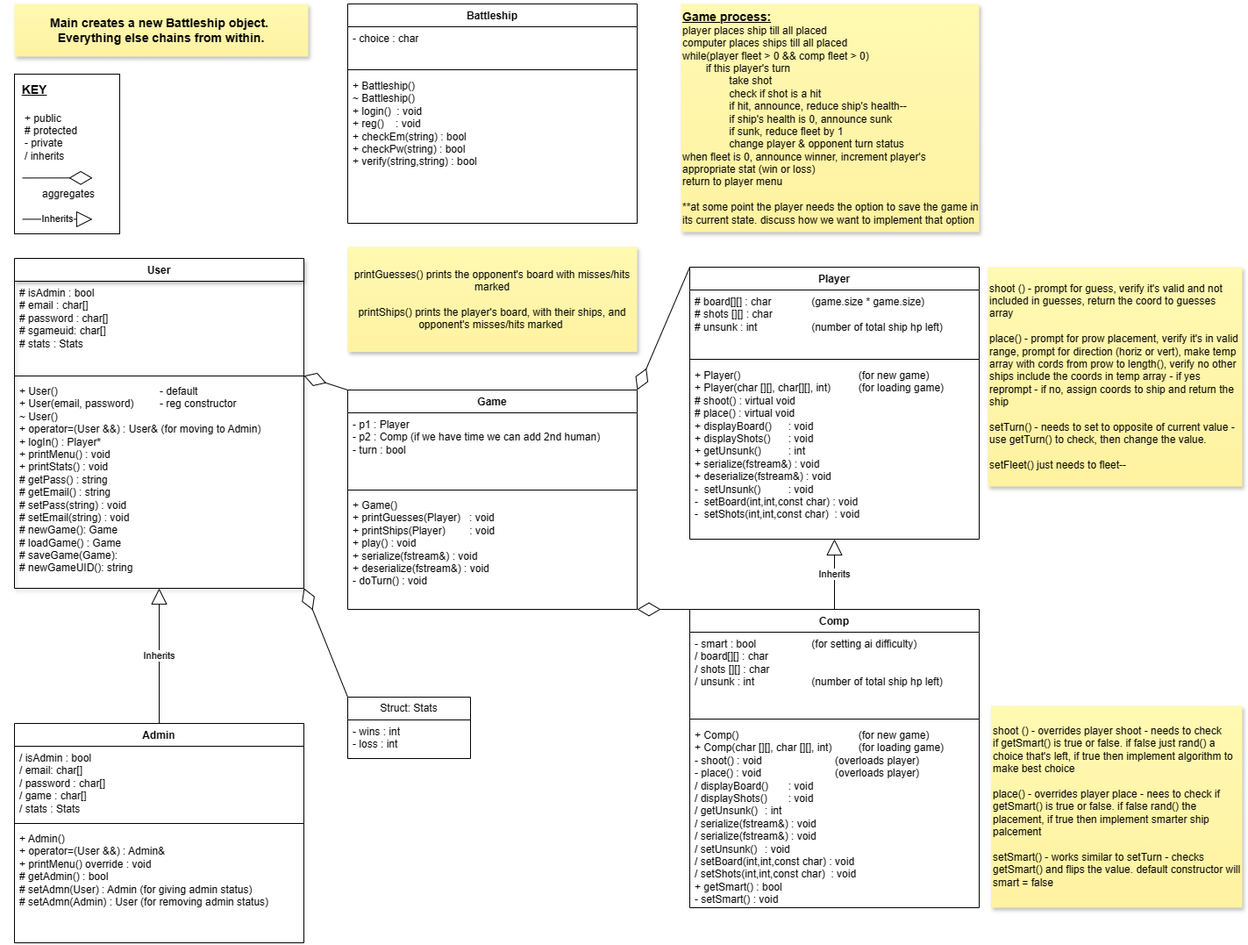
This is BattleshipClasses.drawio.png from StephaniePeacock/Battleship, a draw.io export, as it was before one commit. Source tidied: cells renumbered, new cells last; positions are measured from the earlier drawing's top-left corner, leaving out a move shared by most shapes.
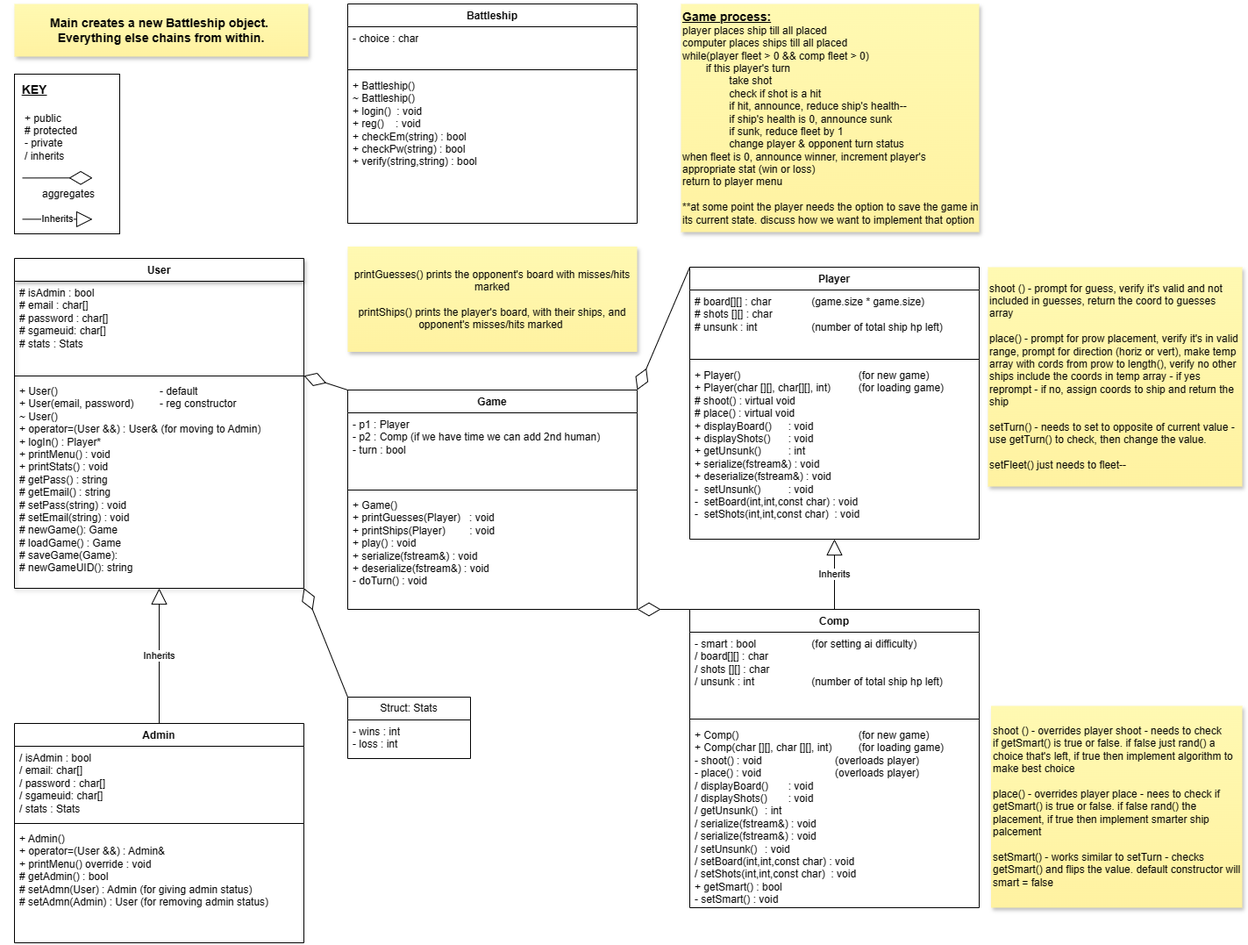
Above is the later version.

Diff of the diagram source:
```diff
@@ -29,7 +29,7 @@
     <mxCell id="10" value="Admin" style="swimlane;fontStyle=1;align=center;verticalAlign=top;horizontal=1;startSize=26;whiteSpace=wrap;html=1;" parent="1" vertex="1">
       <mxGeometry y="820" width="330" height="250" as="geometry" />
     </mxCell>
-    <mxCell id="11" value="/ isAdmin : bool&lt;div&gt;/ email: char[]&lt;/div&gt;&lt;div&gt;/ password : char[]&lt;/div&gt;&lt;div&gt;/ game : char[]&lt;/div&gt;&lt;div&gt;/ stats : Stats&lt;/div&gt;&lt;div&gt;&lt;br&gt;&lt;/div&gt;" style="text;strokeColor=none;fillColor=none;align=left;verticalAlign=top;spacingLeft=4;spacingRight=4;overflow=hidden;whiteSpace=wrap;html=1;" parent="10" vertex="1">
+    <mxCell id="11" value="/ isAdmin : bool&lt;div&gt;/ email: char[]&lt;/div&gt;&lt;div&gt;/ password : char[]&lt;/div&gt;&lt;div&gt;/ sgameuid: char[]&lt;/div&gt;&lt;div&gt;/ stats : Stats&lt;/div&gt;&lt;div&gt;&lt;br&gt;&lt;/div&gt;" style="text;strokeColor=none;fillColor=none;align=left;verticalAlign=top;spacingLeft=4;spacingRight=4;overflow=hidden;whiteSpace=wrap;html=1;" parent="10" vertex="1">
       <mxGeometry y="26" width="330" height="84" as="geometry" />
     </mxCell>
     <mxCell id="12" style="line;strokeWidth=1;fillColor=none;align=left;verticalAlign=middle;spacingTop=-1;spacingLeft=3;spacingRight=3;labelPosition=right;strokeColor=inherit;" parent="10" vertex="1">
```
